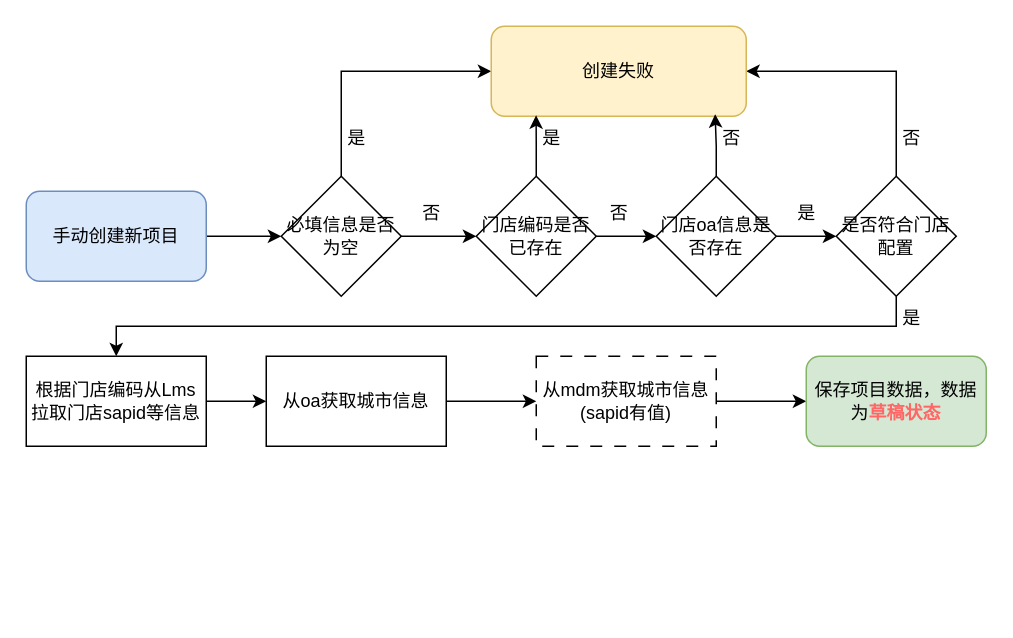
This is .settings/未命名绘图.drawio from hnzhouzhoujay/start2016, a draw.io file, before an edit. Source tidied: cells renumbered, new cells numbered last; positions are measured from the earlier drawing's top-left corner, leaving out a move shared by most shapes. Both pictures are drawn from the tidied source at 150%, with x=0, y=0 at pixel (26, 26).
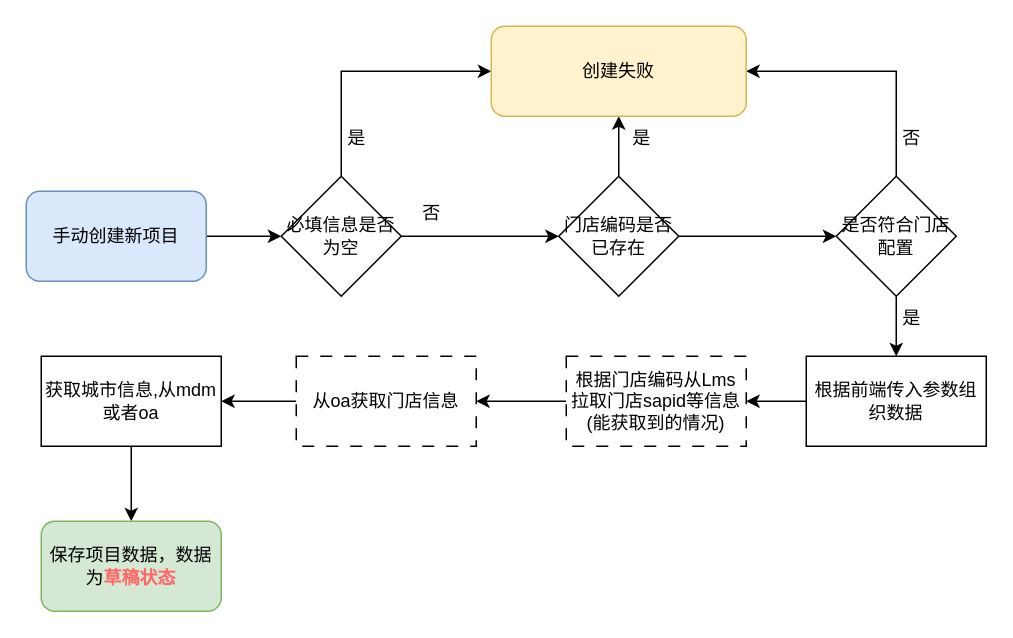
After the change.

Commit message:
更新未命名绘图.drawio

Unchanged cells that the change refers to:
```xml
<mxCell id="13" value="是否符合门店配置" style="rhombus;whiteSpace=wrap;html=1;" parent="1" vertex="1">
  <mxGeometry x="540" y="100" width="80" height="80" as="geometry" />
</mxCell>
<mxCell id="14" value="创建失败" style="whiteSpace=wrap;html=1;rounded=1;fillColor=#fff2cc;strokeColor=#d6b656;" parent="1" vertex="1">
  <mxGeometry x="310" width="170" height="60" as="geometry" />
</mxCell>
```

Change to the diagram source:
```diff
@@
-    <mxCell id="7" style="edgeStyle=orthogonalEdgeStyle;rounded=0;jettySize=auto;html=1;exitX=1;exitY=0.5;exitDx=0;exitDy=0;" parent="1" edge="1" source="8" target="10">
+    <mxCell id="7" style="edgeStyle=orthogonalEdgeStyle;rounded=0;jettySize=auto;html=1;exitX=1;exitY=0.5;exitDx=0;exitDy=0;entryX=0;entryY=0.5;entryDx=0;entryDy=0;" parent="1" edge="1" source="8" target="13">
       <mxGeometry relative="1" as="geometry" />
     </mxCell>
+    <mxCell id="23" style="edgeStyle=orthogonalEdgeStyle;rounded=0;jettySize=auto;html=1;exitX=0.5;exitY=0;exitDx=0;exitDy=0;entryX=0.5;entryY=1;entryDx=0;entryDy=0;" parent="1" edge="1" source="8" target="14">
+      <mxGeometry relative="1" as="geometry" />
+    </mxCell>
     <mxCell id="8" value="门店编码是否已存在" style="rhombus;whiteSpace=wrap;html=1;" parent="1" vertex="1">
-      <mxGeometry x="300" y="100" width="80" height="80" as="geometry" />
+      <mxGeometry x="355" y="100" width="80" height="80" as="geometry" />
     </mxCell>
-    <mxCell id="9" style="edgeStyle=orthogonalEdgeStyle;rounded=0;jettySize=auto;html=1;exitX=1;exitY=0.5;exitDx=0;exitDy=0;entryX=0;entryY=0.5;entryDx=0;entryDy=0;" parent="1" edge="1" source="10" target="13">
-      <mxGeometry relative="1" as="geometry" />
-    </mxCell>
-    <mxCell id="10" value="门店oa信息是否存在" style="rhombus;whiteSpace=wrap;html=1;" parent="1" vertex="1">
-      <mxGeometry x="420" y="100" width="80" height="80" as="geometry" />
-    </mxCell>
-    <mxCell id="11" style="edgeStyle=orthogonalEdgeStyle;rounded=0;jettySize=auto;html=1;exitX=0.5;exitY=1;exitDx=0;exitDy=0;" parent="1" edge="1" source="13" target="16">
-      <mxGeometry relative="1" as="geometry" />
-    </mxCell>
@@
+    <mxCell id="32" style="edgeStyle=orthogonalEdgeStyle;rounded=0;jettySize=auto;html=1;exitX=0.5;exitY=1;exitDx=0;exitDy=0;entryX=0.5;entryY=0;entryDx=0;entryDy=0;" parent="1" edge="1" source="13" target="35">
+      <mxGeometry relative="1" as="geometry" />
+    </mxCell>
@@
-    <mxCell id="15" style="edgeStyle=orthogonalEdgeStyle;rounded=0;jettySize=auto;html=1;exitX=1;exitY=0.5;exitDx=0;exitDy=0;entryX=0;entryY=0.5;entryDx=0;entryDy=0;" parent="1" edge="1" source="16" target="18">
+    <mxCell id="15" style="edgeStyle=orthogonalEdgeStyle;rounded=0;jettySize=auto;html=1;exitX=0;exitY=0.5;exitDx=0;exitDy=0;entryX=1;entryY=0.5;entryDx=0;entryDy=0;" parent="1" edge="1" source="16" target="18">
       <mxGeometry relative="1" as="geometry" />
     </mxCell>
-    <mxCell id="16" value="根据门店编码从Lms拉取门店sapid等信息" style="whiteSpace=wrap;html=1;" parent="1" vertex="1">
-      <mxGeometry y="220" width="120" height="60" as="geometry" />
+    <mxCell id="16" value="根据门店编码从Lms拉取门店sapid等信息&lt;div&gt;(能获取到的情况)&lt;/div&gt;" style="whiteSpace=wrap;html=1;dashed=1;dashPattern=8 8;" parent="1" vertex="1">
+      <mxGeometry x="360" y="220" width="120" height="60" as="geometry" />
     </mxCell>
-    <mxCell id="17" style="edgeStyle=orthogonalEdgeStyle;rounded=0;jettySize=auto;html=1;exitX=1;exitY=0.5;exitDx=0;exitDy=0;entryX=0;entryY=0.5;entryDx=0;entryDy=0;" parent="1" edge="1" source="18" target="20">
+    <mxCell id="17" style="edgeStyle=orthogonalEdgeStyle;rounded=0;jettySize=auto;html=1;exitX=0;exitY=0.5;exitDx=0;exitDy=0;entryX=1;entryY=0.5;entryDx=0;entryDy=0;" parent="1" edge="1" source="18" target="20">
       <mxGeometry relative="1" as="geometry" />
     </mxCell>
-    <mxCell id="18" value="从oa获取城市信息" style="whiteSpace=wrap;html=1;" parent="1" vertex="1">
-      <mxGeometry x="160" y="220" width="120" height="60" as="geometry" />
+    <mxCell id="18" value="从oa获取门店信息" style="whiteSpace=wrap;html=1;dashed=1;dashPattern=8 8;" parent="1" vertex="1">
+      <mxGeometry x="180" y="220" width="120" height="60" as="geometry" />
     </mxCell>
-    <mxCell id="19" style="edgeStyle=orthogonalEdgeStyle;rounded=0;jettySize=auto;html=1;exitX=1;exitY=0.5;exitDx=0;exitDy=0;" parent="1" edge="1" source="20" target="21">
+    <mxCell id="19" style="edgeStyle=orthogonalEdgeStyle;rounded=0;jettySize=auto;html=1;exitX=0.5;exitY=1;exitDx=0;exitDy=0;" parent="1" edge="1" source="20" target="21">
       <mxGeometry relative="1" as="geometry" />
     </mxCell>
-    <mxCell id="20" value="从mdm获取城市信息(sapid有值)" style="whiteSpace=wrap;html=1;dashed=1;dashPattern=8 8;" parent="1" vertex="1">
-      <mxGeometry x="340" y="220" width="120" height="60" as="geometry" />
+    <mxCell id="20" value="获取城市信息,从mdm或者oa" style="whiteSpace=wrap;html=1;" parent="1" vertex="1">
+      <mxGeometry x="10" y="220" width="120" height="60" as="geometry" />
     </mxCell>
     <mxCell id="21" value="保存项目数据，数据为&lt;b&gt;&lt;font color=&quot;#ff6666&quot;&gt;草稿状态&lt;/font&gt;&lt;/b&gt;" style="whiteSpace=wrap;html=1;shadow=0;rounded=1;fillColor=#d5e8d4;strokeColor=#82b366;" parent="1" vertex="1">
-      <mxGeometry x="520" y="220" width="120" height="60" as="geometry" />
+      <mxGeometry x="10" y="330" width="120" height="60" as="geometry" />
     </mxCell>
-    <mxCell id="22" style="edgeStyle=orthogonalEdgeStyle;rounded=0;jettySize=auto;html=1;exitX=0.5;exitY=0;exitDx=0;exitDy=0;entryX=0.878;entryY=0.977;entryDx=0;entryDy=0;entryPerimeter=0;" parent="1" edge="1" source="10" target="14">
-      <mxGeometry relative="1" as="geometry" />
-    </mxCell>
-    <mxCell id="23" style="edgeStyle=orthogonalEdgeStyle;rounded=0;jettySize=auto;html=1;exitX=0.5;exitY=0;exitDx=0;exitDy=0;entryX=0.176;entryY=0.99;entryDx=0;entryDy=0;entryPerimeter=0;" parent="1" edge="1" source="8" target="14">
-      <mxGeometry relative="1" as="geometry" />
-    </mxCell>
@@
-    <mxCell id="26" value="是" style="text;html=1;align=center;verticalAlign=middle;strokeColor=none;fillColor=none;" parent="1" vertex="1">
-      <mxGeometry x="330" y="60" width="40" height="30" as="geometry" />
-    </mxCell>
-    <mxCell id="27" value="否" style="text;html=1;align=center;verticalAlign=middle;strokeColor=none;fillColor=none;" parent="1" vertex="1">
-      <mxGeometry x="450" y="60" width="40" height="30" as="geometry" />
-    </mxCell>
-    <mxCell id="28" value="否" style="text;html=1;align=center;verticalAlign=middle;strokeColor=none;fillColor=none;" parent="1" vertex="1">
-      <mxGeometry x="375" y="110" width="40" height="30" as="geometry" />
-    </mxCell>
-    <mxCell id="29" value="是" style="text;html=1;align=center;verticalAlign=middle;strokeColor=none;fillColor=none;" parent="1" vertex="1">
-      <mxGeometry x="500" y="110" width="40" height="30" as="geometry" />
-    </mxCell>
@@
+    <mxCell id="33" value="是" style="text;html=1;align=center;verticalAlign=middle;strokeColor=none;fillColor=none;" parent="1" vertex="1">
+      <mxGeometry x="390" y="60" width="40" height="30" as="geometry" />
+    </mxCell>
+    <mxCell id="34" style="edgeStyle=orthogonalEdgeStyle;rounded=0;jettySize=auto;html=1;exitX=0;exitY=0.5;exitDx=0;exitDy=0;" parent="1" edge="1" source="35" target="16">
+      <mxGeometry relative="1" as="geometry" />
+    </mxCell>
+    <mxCell id="35" value="根据前端传入参数组织数据" style="whiteSpace=wrap;html=1;" parent="1" vertex="1">
+      <mxGeometry x="520" y="220" width="120" height="60" as="geometry" />
+    </mxCell>
```
